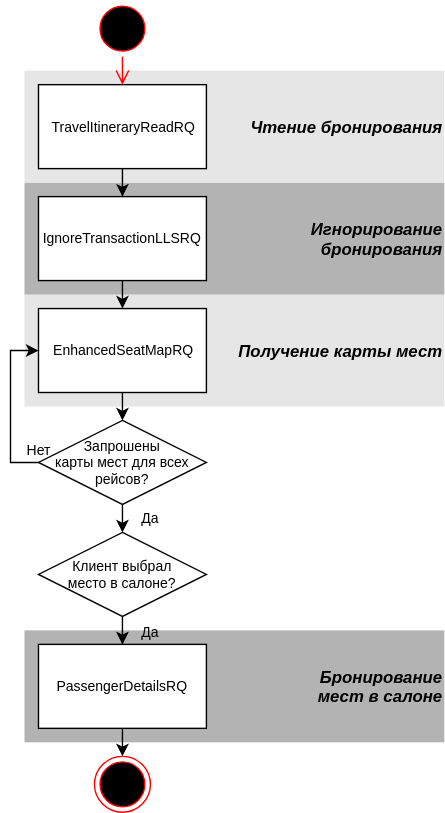
andreypolyak/sabre-apis-ru keeps this draw.io diagram as assets/svg/Air Seats/[RU]Air Seats-0.svg. Above is the earlier version. Source tidied: cells renumbered, new cells last; positions are measured from the earlier drawing's top-left corner, leaving out a move shared by most shapes.
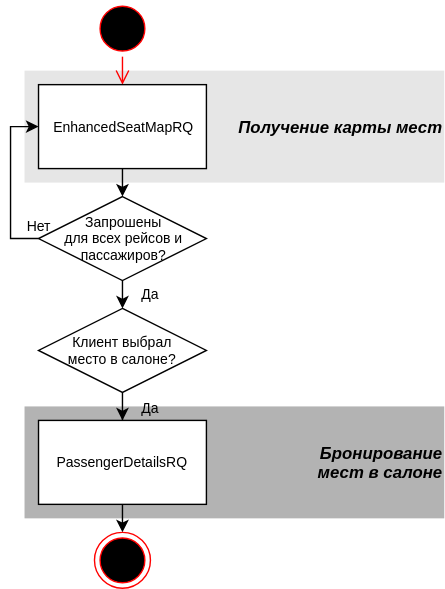
Above is the later version.

The edit, as a diff of the source:
```diff
@@ -5,37 +5,17 @@
     <mxCell id="2" value="&lt;div style=&quot;text-align: right&quot;&gt;&lt;span style=&quot;font-size: 12px ; line-height: 14.4px&quot;&gt;&lt;b&gt;&lt;i&gt;Получение карты мест&lt;/i&gt;&lt;/b&gt;&lt;/span&gt;&lt;/div&gt;" style="whiteSpace=wrap;html=1;fillColor=#E6E6E6;fontSize=10;strokeColor=none;align=right;gradientColor=none;" parent="1" vertex="1">
       <mxGeometry x="10" y="210" width="300" height="80" as="geometry" />
     </mxCell>
-    <mxCell id="3" value="&lt;div style=&quot;text-align: right&quot;&gt;&lt;b style=&quot;font-size: 12px ; line-height: 14.4px&quot;&gt;&lt;i&gt;Игнорирование&lt;/i&gt;&lt;/b&gt;&lt;/div&gt;&lt;div style=&quot;text-align: right&quot;&gt;&lt;span style=&quot;font-size: 12px ; line-height: 14.4px&quot;&gt;&lt;b&gt;&lt;i&gt;бронирования&lt;/i&gt;&lt;/b&gt;&lt;/span&gt;&lt;/div&gt;" style="whiteSpace=wrap;html=1;fillColor=#B3B3B3;fontSize=10;strokeColor=none;align=right;gradientColor=none;" parent="1" vertex="1">
-      <mxGeometry x="10" y="130" width="300" height="80" as="geometry" />
-    </mxCell>
     <mxCell id="4" value="&lt;div style=&quot;text-align: right&quot;&gt;&lt;span style=&quot;font-size: 12px&quot;&gt;&lt;b&gt;&lt;i&gt;Бронирование&lt;/i&gt;&lt;/b&gt;&lt;/span&gt;&lt;/div&gt;&lt;div style=&quot;text-align: right&quot;&gt;&lt;span style=&quot;font-size: 12px&quot;&gt;&lt;b&gt;&lt;i&gt;мест в салоне&lt;/i&gt;&lt;/b&gt;&lt;/span&gt;&lt;/div&gt;" style="whiteSpace=wrap;html=1;fillColor=#B3B3B3;fontSize=10;strokeColor=none;align=right;gradientColor=none;" parent="1" vertex="1">
       <mxGeometry x="10" y="450" width="300" height="80" as="geometry" />
     </mxCell>
-    <mxCell id="5" value="&lt;div style=&quot;text-align: right&quot;&gt;&lt;span style=&quot;font-size: 12px ; line-height: 14.4px&quot;&gt;&lt;b&gt;&lt;i&gt;Чтение бронирования&lt;/i&gt;&lt;/b&gt;&lt;/span&gt;&lt;/div&gt;" style="whiteSpace=wrap;html=1;fillColor=#E6E6E6;fontSize=10;strokeColor=none;align=right;gradientColor=none;" parent="1" vertex="1">
-      <mxGeometry x="10" y="50" width="300" height="80" as="geometry" />
-    </mxCell>
-    <mxCell id="6" style="edgeStyle=orthogonalEdgeStyle;rounded=0;html=1;labelBackgroundColor=none;jettySize=auto;fontSize=10;" parent="1" edge="1" source="7">
-      <mxGeometry relative="1" as="geometry">
-        <mxPoint x="80" y="140" as="targetPoint" />
-      </mxGeometry>
-    </mxCell>
-    <mxCell id="7" value="TravelItineraryReadRQ" style="whiteSpace=wrap;html=1;rounded=0;fontSize=10;" parent="1" vertex="1">
-      <mxGeometry x="20" y="60" width="120" height="60" as="geometry" />
-    </mxCell>
     <mxCell id="8" style="ellipse;html=1;shape=startState;fillColor=#000000;strokeColor=#ff0000;rounded=0;fontSize=10;align=center;" parent="1" vertex="1">
-      <mxGeometry x="60" width="40" height="40" as="geometry" />
+      <mxGeometry x="60" y="160" width="40" height="40" as="geometry" />
     </mxCell>
     <mxCell id="9" style="edgeStyle=orthogonalEdgeStyle;html=1;verticalAlign=bottom;endArrow=open;endSize=8;strokeColor=#ff0000;fontSize=10;" parent="1" edge="1" source="8">
       <mxGeometry x="140" y="820" as="geometry">
-        <mxPoint x="80" y="60" as="targetPoint" />
+        <mxPoint x="80" y="220" as="targetPoint" />
       </mxGeometry>
     </mxCell>
-    <mxCell id="10" style="edgeStyle=orthogonalEdgeStyle;rounded=0;html=1;exitX=0.5;exitY=1;entryX=0.5;entryY=0;labelBackgroundColor=none;jettySize=auto;fontSize=10;" parent="1" edge="1" source="11" target="16">
-      <mxGeometry relative="1" as="geometry" />
-    </mxCell>
-    <mxCell id="11" value="IgnoreTransactionLLSRQ" style="whiteSpace=wrap;html=1;rounded=0;fontSize=10;" parent="1" vertex="1">
-      <mxGeometry x="20" y="140" width="120" height="60" as="geometry" />
-    </mxCell>
     <mxCell id="12" value="PassengerDetailsRQ" style="whiteSpace=wrap;html=1;rounded=0;fontSize=10;" parent="1" vertex="1">
       <mxGeometry x="20" y="460" width="120" height="60" as="geometry" />
     </mxCell>
@@ -69,7 +49,7 @@
         </Array>
       </mxGeometry>
     </mxCell>
-    <mxCell id="20" value="Запрошены&lt;div&gt;карты мест для всех рейсов?&lt;/div&gt;" style="rhombus;whiteSpace=wrap;html=1;rounded=0;fontSize=10;" parent="1" vertex="1">
+    <mxCell id="20" value="Запрошены&lt;div&gt;для всех рейсов и&lt;/div&gt;&lt;div&gt;&lt;span&gt;пассажиров?&lt;/span&gt;&lt;br&gt;&lt;/div&gt;" style="rhombus;whiteSpace=wrap;html=1;rounded=0;fontSize=10;" parent="1" vertex="1">
       <mxGeometry x="20" y="300" width="120" height="60" as="geometry" />
     </mxCell>
     <mxCell id="21" style="edgeStyle=orthogonalEdgeStyle;rounded=0;html=1;exitX=0.5;exitY=1;entryX=0.5;entryY=0;labelBackgroundColor=none;jettySize=auto;fontSize=10;" parent="1" edge="1" source="16" target="20">
```
